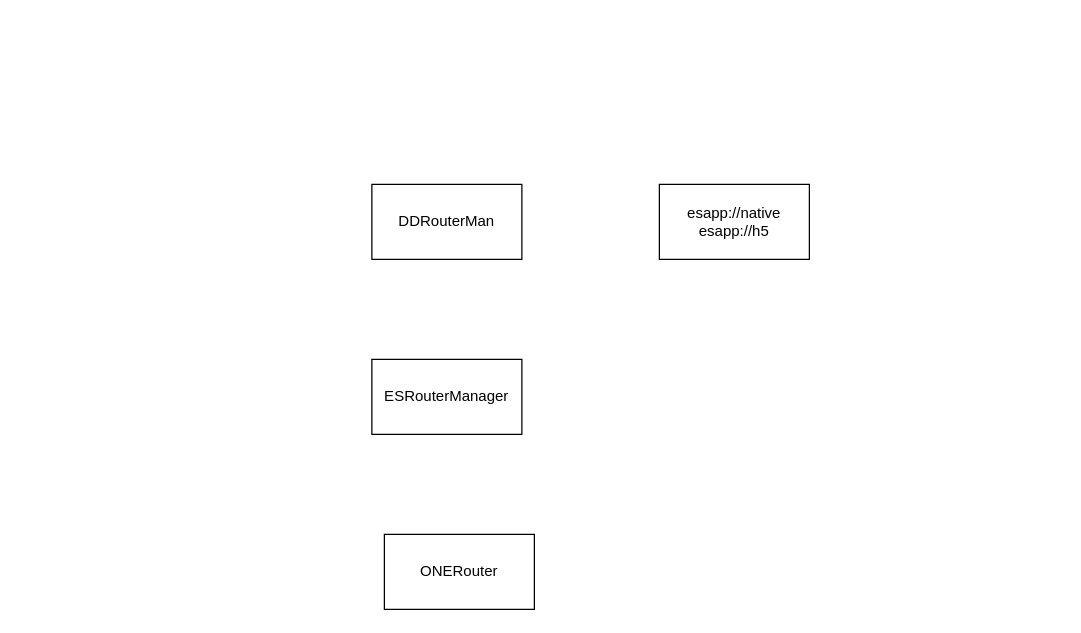
Before: page "第 2 页" (2 of 2) of 容器化实施方案.drawio in ashen-23/DrawIORepo, a draw.io diagram. Source tidied: cells renumbered, new cells numbered last; positions are measured from the earlier drawing's top-left corner, leaving out a move shared by most shapes. Both pictures are drawn from the tidied source at 125%, with x=0, y=0 at pixel (371, 184).
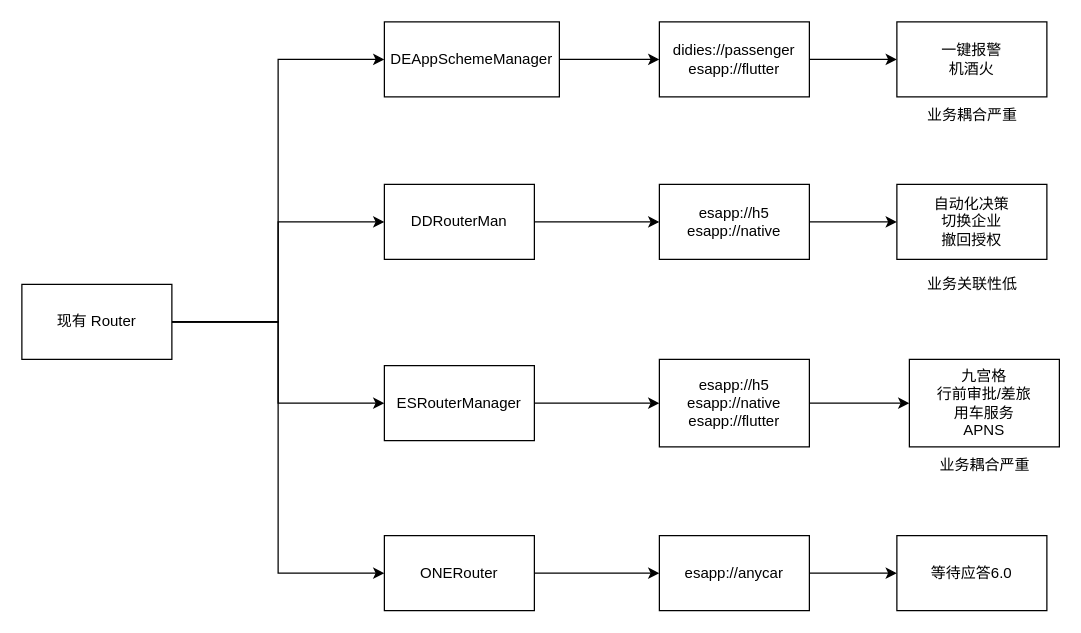
The same diagram, later.

Commit message:
更新容器化实施方案.drawio

The edit, as a diff of the source:
```diff
@@
+    <mxCell id="6" style="edgeStyle=orthogonalEdgeStyle;rounded=0;jettySize=auto;html=1;" parent="1" edge="1" source="2" target="4">
+      <mxGeometry relative="1" as="geometry" />
+    </mxCell>
     <mxCell id="2" value="DDRouterMan" style="whiteSpace=wrap;html=1;" parent="1" vertex="1">
-      <mxGeometry width="120" height="60" as="geometry" />
+      <mxGeometry x="10" width="120" height="60" as="geometry" />
     </mxCell>
+    <mxCell id="7" style="edgeStyle=orthogonalEdgeStyle;rounded=0;jettySize=auto;html=1;entryX=0;entryY=0.5;entryDx=0;entryDy=0;" parent="1" edge="1" source="3" target="11">
+      <mxGeometry relative="1" as="geometry" />
+    </mxCell>
     <mxCell id="3" value="ESRouterManager" style="whiteSpace=wrap;html=1;" parent="1" vertex="1">
-      <mxGeometry y="140" width="120" height="60" as="geometry" />
+      <mxGeometry x="10" y="145" width="120" height="60" as="geometry" />
     </mxCell>
+    <mxCell id="8" style="edgeStyle=orthogonalEdgeStyle;rounded=0;jettySize=auto;html=1;entryX=0;entryY=0.5;entryDx=0;entryDy=0;" parent="1" edge="1" source="4" target="18">
+      <mxGeometry relative="1" as="geometry" />
+    </mxCell>
-    <mxCell id="4" value="esapp://native&lt;br&gt;esapp://h5" style="whiteSpace=wrap;html=1;" parent="1" vertex="1">
+    <mxCell id="4" value="esapp://h5&lt;br&gt;esapp://native" style="whiteSpace=wrap;html=1;" parent="1" vertex="1">
       <mxGeometry x="230" width="120" height="60" as="geometry" />
     </mxCell>
+    <mxCell id="9" style="edgeStyle=orthogonalEdgeStyle;rounded=0;jettySize=auto;html=1;entryX=0;entryY=0.5;entryDx=0;entryDy=0;" parent="1" edge="1" source="5" target="22">
+      <mxGeometry relative="1" as="geometry" />
+    </mxCell>
     <mxCell id="5" value="ONERouter" style="whiteSpace=wrap;html=1;" parent="1" vertex="1">
-      <mxGeometry x="10" y="280" width="120" height="60" as="geometry" />
+      <mxGeometry x="10" y="281" width="120" height="60" as="geometry" />
     </mxCell>
+    <mxCell id="10" style="edgeStyle=orthogonalEdgeStyle;rounded=0;jettySize=auto;html=1;entryX=0;entryY=0.5;entryDx=0;entryDy=0;" parent="1" edge="1" source="11" target="12">
+      <mxGeometry relative="1" as="geometry" />
+    </mxCell>
+    <mxCell id="11" value="esapp://h5&lt;br&gt;esapp://native&lt;br&gt;esapp://flutter" style="whiteSpace=wrap;html=1;" parent="1" vertex="1">
+      <mxGeometry x="230" y="140" width="120" height="70" as="geometry" />
+    </mxCell>
+    <mxCell id="12" value="九宫格&lt;br&gt;行前审批/差旅&lt;br&gt;用车服务&lt;br&gt;APNS" style="whiteSpace=wrap;html=1;" parent="1" vertex="1">
+      <mxGeometry x="430" y="140" width="120" height="70" as="geometry" />
+    </mxCell>
+    <mxCell id="13" style="edgeStyle=orthogonalEdgeStyle;rounded=0;jettySize=auto;html=1;entryX=0;entryY=0.5;entryDx=0;entryDy=0;" parent="1" edge="1" source="17" target="2">
+      <mxGeometry relative="1" as="geometry" />
+    </mxCell>
+    <mxCell id="14" style="edgeStyle=orthogonalEdgeStyle;rounded=0;jettySize=auto;html=1;entryX=0;entryY=0.5;entryDx=0;entryDy=0;" parent="1" edge="1" source="17" target="5">
+      <mxGeometry relative="1" as="geometry" />
+    </mxCell>
+    <mxCell id="15" style="edgeStyle=orthogonalEdgeStyle;rounded=0;jettySize=auto;html=1;entryX=0;entryY=0.5;entryDx=0;entryDy=0;" parent="1" edge="1" source="17" target="25">
+      <mxGeometry relative="1" as="geometry" />
+    </mxCell>
+    <mxCell id="16" style="edgeStyle=orthogonalEdgeStyle;rounded=0;jettySize=auto;html=1;entryX=0;entryY=0.5;entryDx=0;entryDy=0;" parent="1" edge="1" source="17" target="3">
+      <mxGeometry relative="1" as="geometry" />
+    </mxCell>
+    <mxCell id="17" value="现有 Router" style="whiteSpace=wrap;html=1;" parent="1" vertex="1">
+      <mxGeometry x="-280" y="80" width="120" height="60" as="geometry" />
+    </mxCell>
+    <mxCell id="18" value="自动化决策&lt;br&gt;切换企业&lt;br&gt;撤回授权" style="whiteSpace=wrap;html=1;" parent="1" vertex="1">
+      <mxGeometry x="420" width="120" height="60" as="geometry" />
+    </mxCell>
+    <mxCell id="19" value="业务耦合严重" style="text;html=1;align=center;verticalAlign=middle;strokeColor=none;fillColor=none;" parent="1" vertex="1">
+      <mxGeometry x="440" y="210" width="100" height="30" as="geometry" />
+    </mxCell>
+    <mxCell id="20" value="业务关联性低" style="text;html=1;align=center;verticalAlign=middle;strokeColor=none;fillColor=none;" parent="1" vertex="1">
+      <mxGeometry x="430" y="65" width="100" height="30" as="geometry" />
+    </mxCell>
+    <mxCell id="21" style="edgeStyle=orthogonalEdgeStyle;rounded=0;jettySize=auto;html=1;entryX=0;entryY=0.5;entryDx=0;entryDy=0;" parent="1" edge="1" source="22" target="23">
+      <mxGeometry relative="1" as="geometry" />
+    </mxCell>
+    <mxCell id="22" value="esapp://anycar" style="whiteSpace=wrap;html=1;" parent="1" vertex="1">
+      <mxGeometry x="230" y="281" width="120" height="60" as="geometry" />
+    </mxCell>
+    <mxCell id="23" value="等待应答6.0" style="whiteSpace=wrap;html=1;" parent="1" vertex="1">
+      <mxGeometry x="420" y="281" width="120" height="60" as="geometry" />
+    </mxCell>
+    <mxCell id="24" style="edgeStyle=orthogonalEdgeStyle;rounded=0;jettySize=auto;html=1;entryX=0;entryY=0.5;entryDx=0;entryDy=0;" parent="1" edge="1" source="25" target="27">
+      <mxGeometry relative="1" as="geometry" />
+    </mxCell>
+    <mxCell id="25" value="DEAppSchemeManager" style="whiteSpace=wrap;html=1;" parent="1" vertex="1">
+      <mxGeometry x="10" y="-130" width="140" height="60" as="geometry" />
+    </mxCell>
+    <mxCell id="26" style="edgeStyle=orthogonalEdgeStyle;rounded=0;jettySize=auto;html=1;entryX=0;entryY=0.5;entryDx=0;entryDy=0;" parent="1" edge="1" source="27" target="28">
+      <mxGeometry relative="1" as="geometry" />
+    </mxCell>
+    <mxCell id="27" value="didies://passenger&lt;br&gt;esapp://flutter" style="whiteSpace=wrap;html=1;" parent="1" vertex="1">
+      <mxGeometry x="230" y="-130" width="120" height="60" as="geometry" />
+    </mxCell>
+    <mxCell id="28" value="一键报警&lt;br&gt;机酒火" style="whiteSpace=wrap;html=1;" parent="1" vertex="1">
+      <mxGeometry x="420" y="-130" width="120" height="60" as="geometry" />
+    </mxCell>
+    <mxCell id="29" value="业务耦合严重" style="text;html=1;align=center;verticalAlign=middle;strokeColor=none;fillColor=none;" parent="1" vertex="1">
+      <mxGeometry x="430" y="-70" width="100" height="30" as="geometry" />
+    </mxCell>
```
